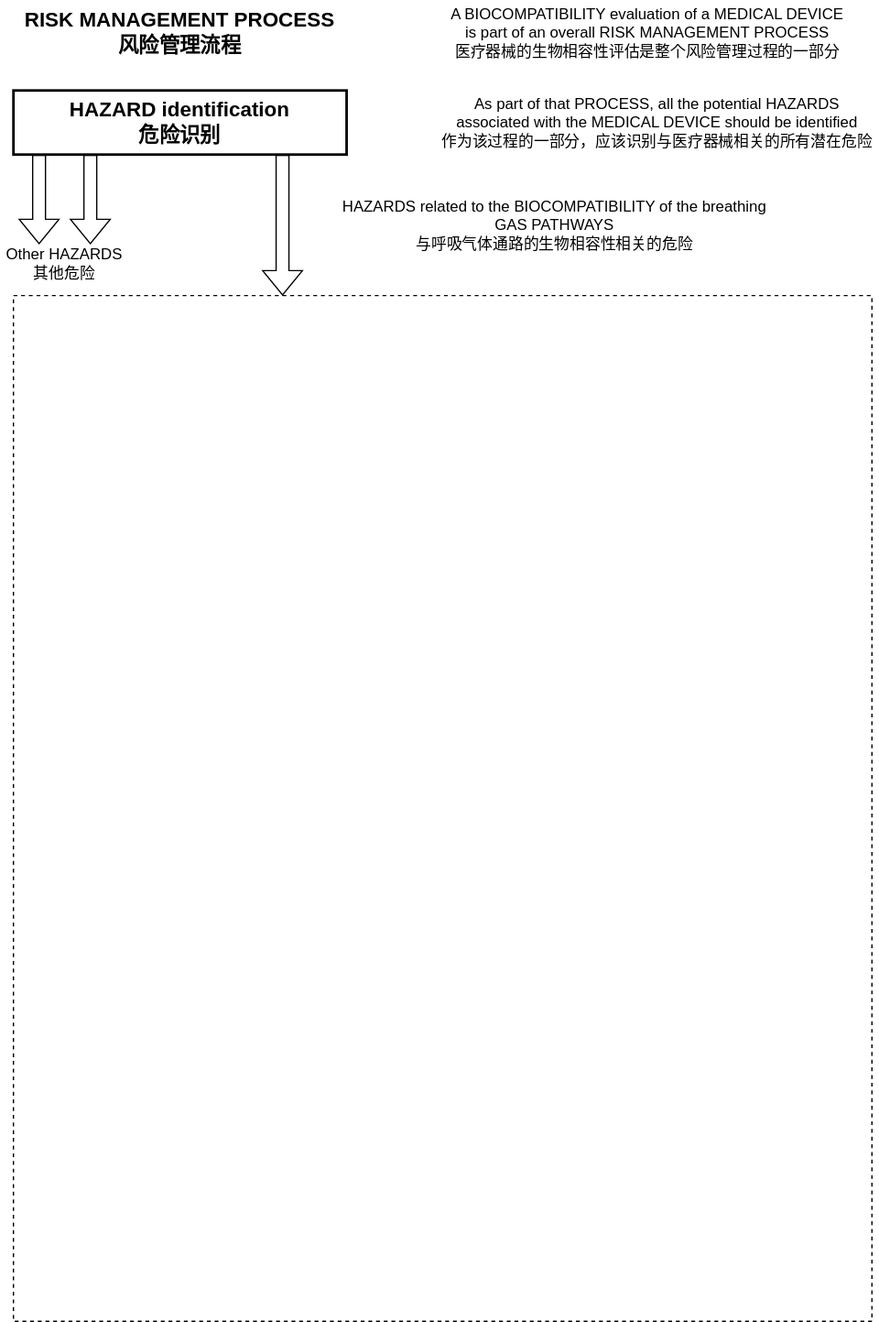
Earlier version of the draw.io export ISO 18562-1 Fig 1.drawio.svg (kamasylvia/draw.io). Source tidied: cells renumbered, new cells last; positions are measured from the earlier drawing's top-left corner, leaving out a move shared by most shapes.
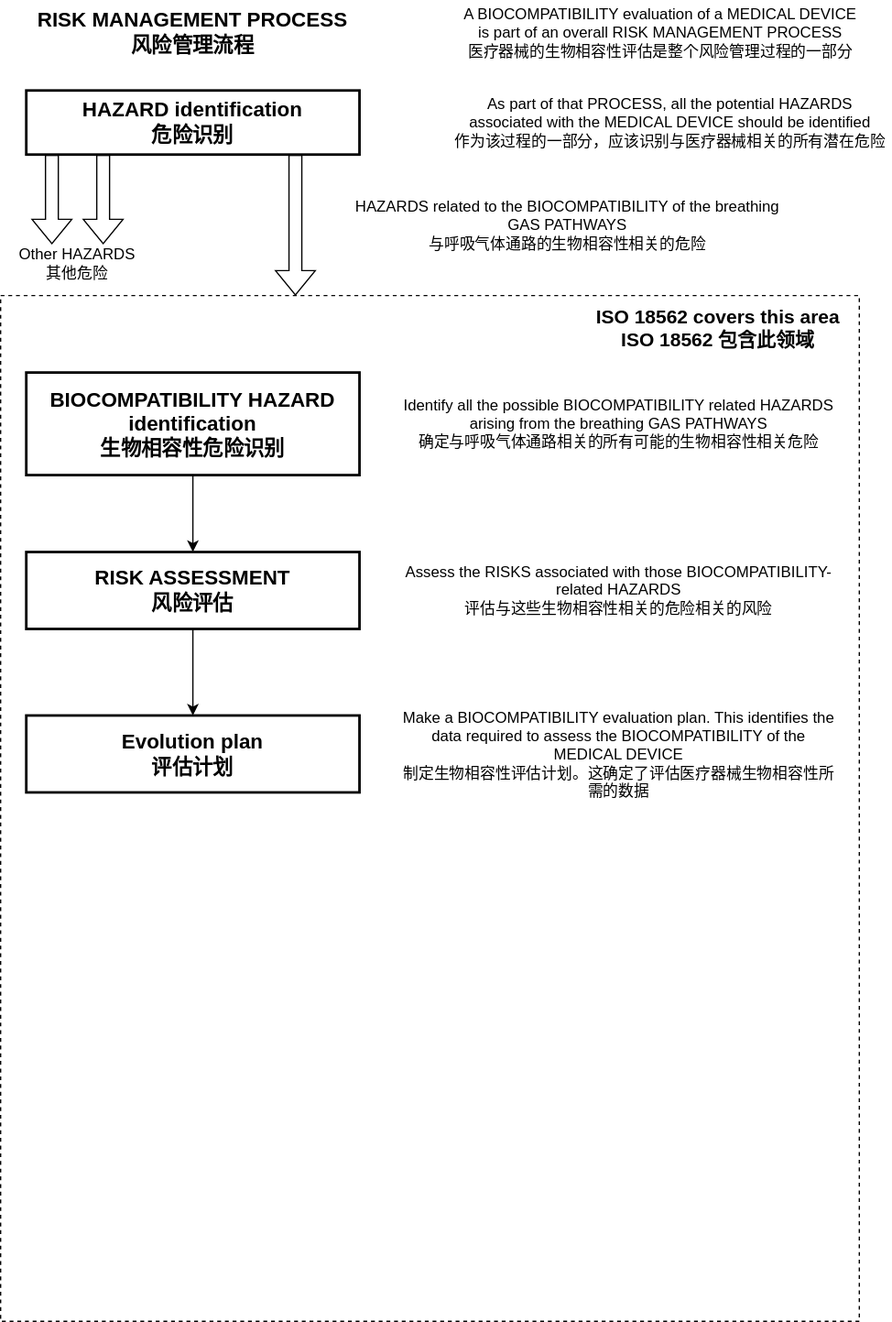
After the commit.

Change to the diagram source:
```diff
@@ -39,7 +39,34 @@
       <mxGeometry x="260" y="150" width="345" height="50" as="geometry" />
     </mxCell>
     <mxCell id="11" style="rounded=0;whiteSpace=wrap;html=1;dashed=1;fillColor=none;" parent="1" vertex="1">
-      <mxGeometry x="10" y="230" width="670" height="800" as="geometry" />
+      <mxGeometry x="-10" y="230" width="670" height="800" as="geometry" />
     </mxCell>
+    <mxCell id="12" style="edgeStyle=orthogonalEdgeStyle;rounded=0;jettySize=auto;html=1;exitX=0.5;exitY=1;exitDx=0;exitDy=0;entryX=0.5;entryY=0;entryDx=0;entryDy=0;" parent="1" edge="1" source="13" target="15">
+      <mxGeometry relative="1" as="geometry" />
+    </mxCell>
+    <mxCell id="13" value="BIOCOMPATIBILITY HAZARD identification&lt;br&gt;生物相容性危险识别" style="text;html=1;strokeColor=default;fillColor=none;align=center;verticalAlign=middle;whiteSpace=wrap;rounded=0;fontStyle=1;fontSize=16;strokeWidth=2;" parent="1" vertex="1">
+      <mxGeometry x="10" y="290" width="260" height="80" as="geometry" />
+    </mxCell>
+    <mxCell id="14" style="edgeStyle=orthogonalEdgeStyle;rounded=0;jettySize=auto;html=1;exitX=0.5;exitY=1;exitDx=0;exitDy=0;entryX=0.5;entryY=0;entryDx=0;entryDy=0;" parent="1" edge="1" source="15" target="16">
+      <mxGeometry relative="1" as="geometry" />
+    </mxCell>
+    <mxCell id="15" value="RISK ASSESSMENT&lt;br&gt;风险评估" style="text;html=1;strokeColor=default;fillColor=none;align=center;verticalAlign=middle;whiteSpace=wrap;rounded=0;fontStyle=1;fontSize=16;strokeWidth=2;" parent="1" vertex="1">
+      <mxGeometry x="10" y="430" width="260" height="60" as="geometry" />
+    </mxCell>
+    <mxCell id="16" value="Evolution plan&lt;br&gt;评估计划" style="text;html=1;strokeColor=default;fillColor=none;align=center;verticalAlign=middle;whiteSpace=wrap;rounded=0;fontStyle=1;fontSize=16;strokeWidth=2;" parent="1" vertex="1">
+      <mxGeometry x="10" y="557.5" width="260" height="60" as="geometry" />
+    </mxCell>
+    <mxCell id="17" value="&lt;b style=&quot;font-size: 15px;&quot;&gt;ISO 18562 covers this area&lt;br&gt;ISO 18562 包含此领域&lt;/b&gt;" style="text;html=1;strokeColor=none;fillColor=none;align=center;verticalAlign=middle;whiteSpace=wrap;rounded=0;" parent="1" vertex="1">
+      <mxGeometry x="450" y="240" width="200" height="30" as="geometry" />
+    </mxCell>
+    <mxCell id="18" value="&lt;span style=&quot;background-color: initial;&quot;&gt;Identify all the possible BIOCOMPATIBILITY related HAZARDS arising from the breathing GAS PATHWAYS&lt;br&gt;&lt;/span&gt;确定与呼吸气体通路相关的所有可能的生物相容性相关危险" style="text;html=1;strokeColor=none;fillColor=none;align=center;verticalAlign=middle;whiteSpace=wrap;rounded=0;" parent="1" vertex="1">
+      <mxGeometry x="300" y="305" width="345" height="50" as="geometry" />
+    </mxCell>
+    <mxCell id="19" value="Assess the RISKS associated with those BIOCOMPATIBILITY-related HAZARDS&lt;br&gt;评估与这些生物相容性相关的危险相关的风险" style="text;html=1;strokeColor=none;fillColor=none;align=center;verticalAlign=middle;whiteSpace=wrap;rounded=0;" parent="1" vertex="1">
+      <mxGeometry x="300" y="435" width="345" height="50" as="geometry" />
+    </mxCell>
+    <mxCell id="20" value="Make a BIOCOMPATIBILITY evaluation plan. This identifies the data required to assess the BIOCOMPATIBILITY of the MEDICAL DEVICE&lt;br&gt;制定生物相容性评估计划。这确定了评估医疗器械生物相容性所需的数据" style="text;html=1;strokeColor=none;fillColor=none;align=center;verticalAlign=middle;whiteSpace=wrap;rounded=0;" parent="1" vertex="1">
+      <mxGeometry x="300" y="550" width="345" height="75" as="geometry" />
+    </mxCell>
   </root>
 </mxGraphModel>
```
